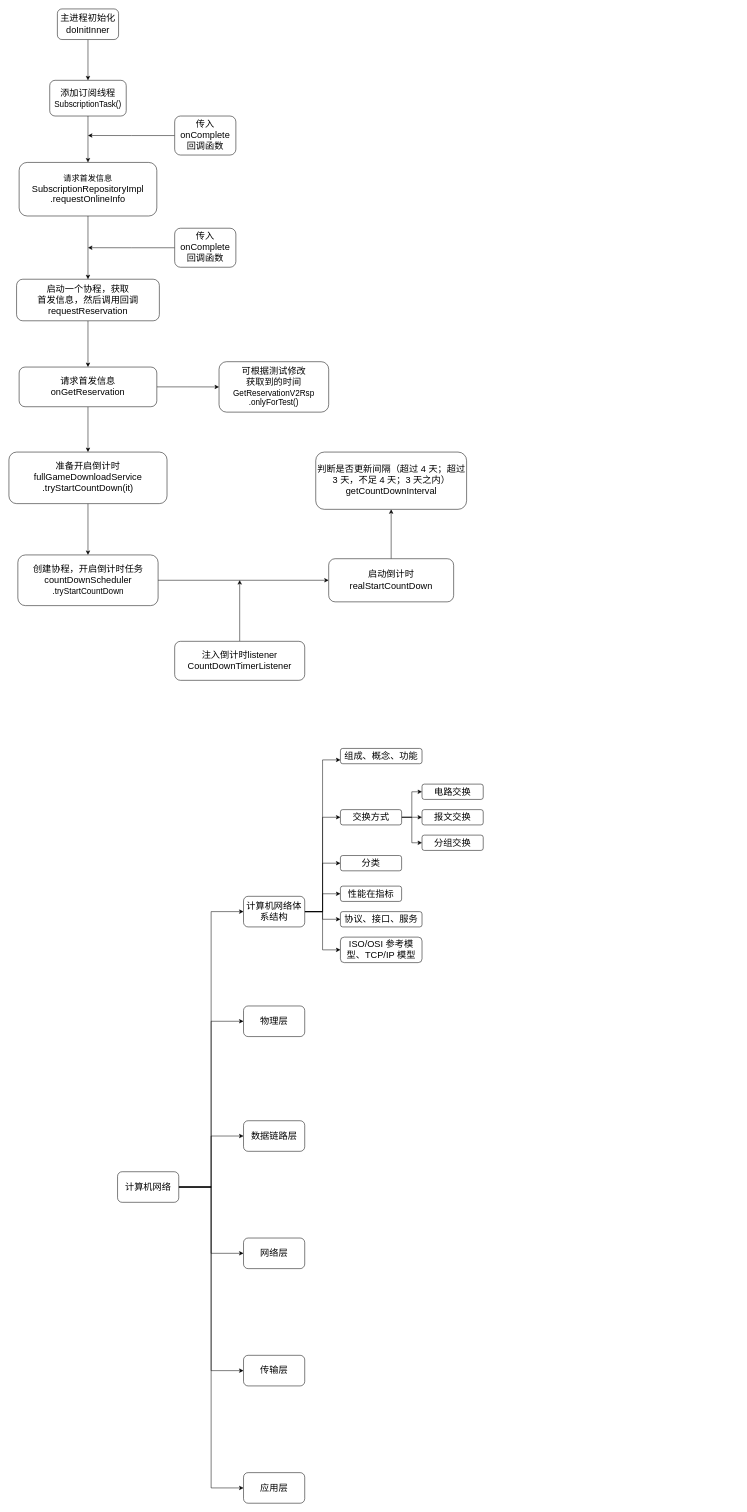
Earlier version of the draw.io diagram 未命名绘图.drawio (Rookie-end/AndriodLearn). Source tidied: cells renumbered, new cells numbered last; positions are measured from the earlier drawing's top-left corner, leaving out a move shared by most shapes. Both pictures are drawn from the tidied source at 51%, with x=0, y=0 at pixel (9, 9).
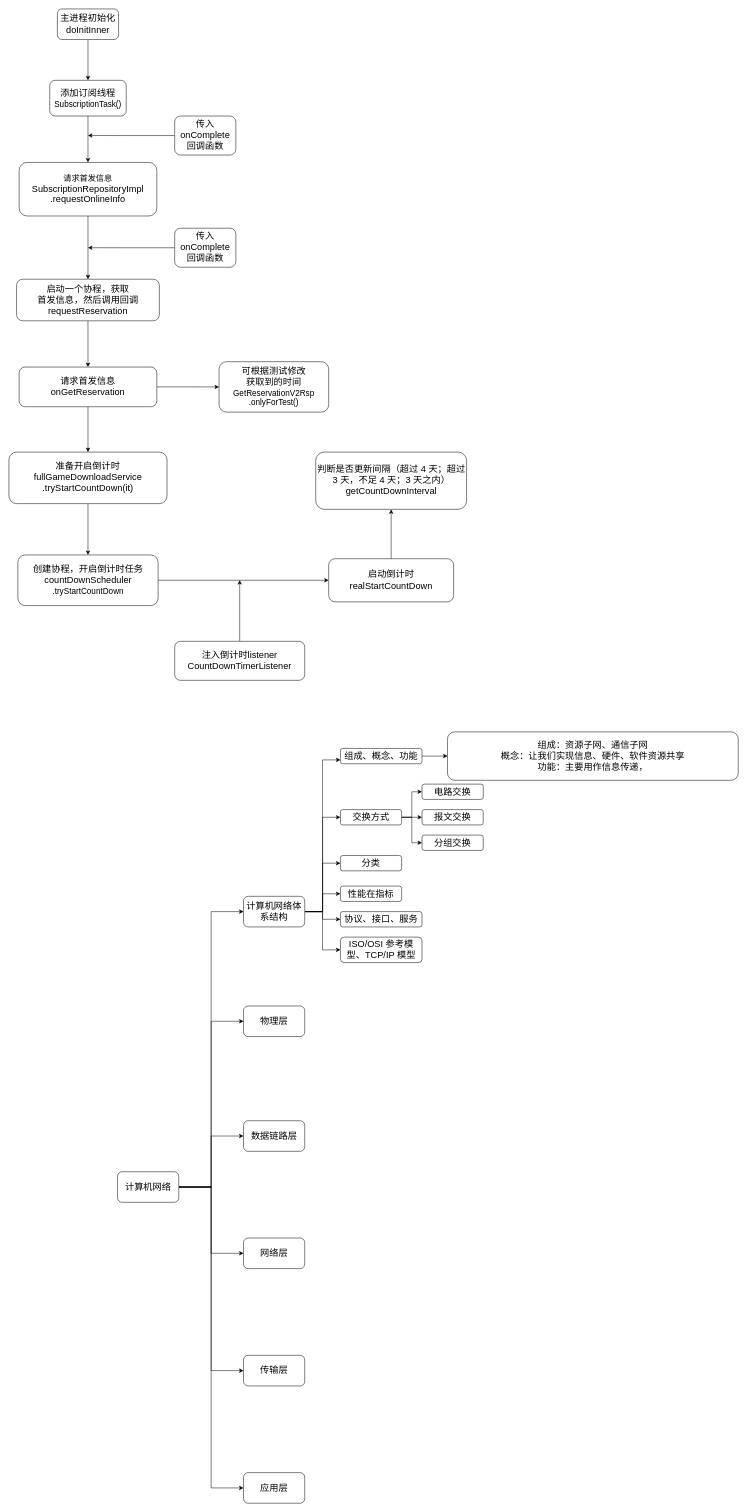
Above is the later version.

Commit message:
更新 微端倒计时逻辑

Unchanged cells that the change refers to:
```xml
<mxCell id="21" value="&lt;span style=&quot;font-size: 18px;&quot;&gt;组成、概念、功能&lt;/span&gt;" style="rounded=1;whiteSpace=wrap;html=1;" parent="1" vertex="1">
  <mxGeometry x="650" y="1450" width="160" height="30" as="geometry" />
</mxCell>
```

What changed in the source:
```diff
@@
+    <mxCell id="58" style="edgeStyle=orthogonalEdgeStyle;rounded=0;jettySize=auto;html=1;" parent="1" edge="1" source="21" target="59">
+      <mxGeometry relative="1" as="geometry" />
+    </mxCell>
@@
+    <mxCell id="59" value="&lt;font style=&quot;font-size: 18px;&quot;&gt;组成：资源子网、通信子网&lt;/font&gt;&lt;div&gt;&lt;font style=&quot;font-size: 18px;&quot;&gt;概念：让我们实现信息、硬件、软件资源共享&lt;/font&gt;&lt;/div&gt;&lt;div&gt;&lt;font style=&quot;font-size: 18px;&quot;&gt;功能：主要用作信息传递，&lt;/font&gt;&lt;/div&gt;" style="whiteSpace=wrap;html=1;rounded=1;" parent="1" vertex="1">
+      <mxGeometry x="860" y="1417.5" width="570" height="95" as="geometry" />
+    </mxCell>
```
